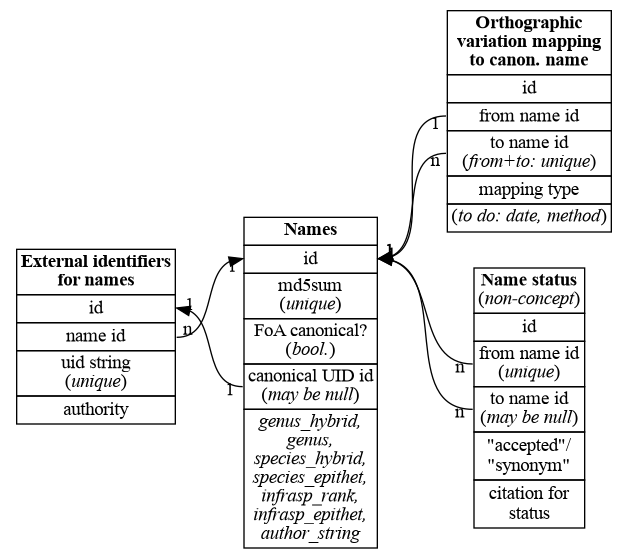
Before: dataflow/DB/schema.png, a diagram exported from Graphviz (camwebb/akflora). Its source is kept beside it as dataflow/DB/schema.dot.
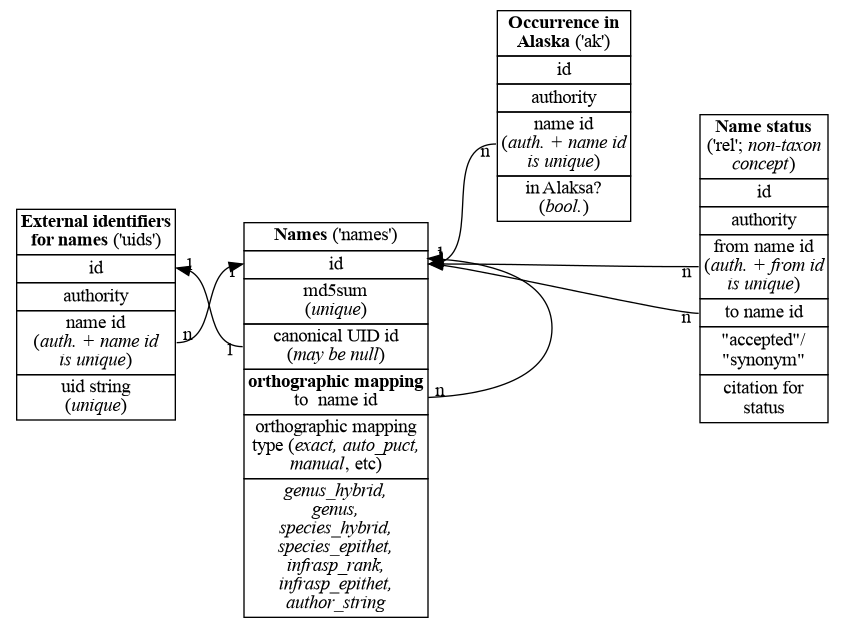
After the change.

What changed in the source:
```diff
@@ -5,45 +5,55 @@
     node [shape = "plaintext"];
 
     names [label = <<table border="0" cellborder="1" cellspacing="0">
-           <tr><td><b>Names</b></td></tr>
+           <tr><td><b>Names</b> ('names')</td></tr>
            <tr><td port="p0">id</td></tr>
            <tr><td port="p1">md5sum<br/>(<i>unique</i>)</td></tr>
-           <tr><td>FoA canonical?<br/>(<i>bool.</i>)</td></tr>
            <tr><td port="p2">canonical UID id<br/>(<i>may be null</i>)</td></tr>
+           <tr><td port="p3"><b>orthographic mapping</b><br/>to  name id</td></tr>
+           <tr><td>orthographic mapping<br/>type (<i>exact, auto_puct,<br/>manual</i>, etc)</td></tr>
            <tr><td ><i>genus_hybrid,<br/>genus,<br/>species_hybrid,<br/>species_epithet,<br/>infrasp_rank,<br/>infrasp_epithet,<br/>author_string</i></td></tr>
            </table>>] ;
 
-    ortho [label = <<table border="0" cellborder="1" cellspacing="0">
+/*     ortho [label = <<table border="0" cellborder="1" cellspacing="0">
            <tr><td><b>Orthographic<br/>variation mapping<br/>to canon. name</b></td></tr>
            <tr><td port="p0">id</td></tr>
            <tr><td port="p2">from name id</td></tr>
            <tr><td port="p3">to name id<br/>(<i>from+to: unique</i>)</td></tr>
            <tr><td port="p4">mapping type</td></tr>
            <tr><td port="p5">(<i>to do: date, method</i>)</td></tr>
-           </table>>] ;
+           </table>>] ; */
+
+    ak  [label = <<table border="0" cellborder="1" cellspacing="0">
+          <tr><td><b>Occurrence in<br/>Alaska</b> ('ak')</td></tr>
+          <tr><td port="p0">id</td></tr>
+          <tr><td>authority</td></tr>
+          <tr><td port="p1">name id<br/>(<i>auth. + name id<br/>is unique</i>)</td></tr>
+          <tr><td>in Alaksa?<br/>(<i>bool.</i>)</td></tr>
+          </table>>] ;
 
     uids [label = <<table border="0" cellborder="1" cellspacing="0">
-          <tr><td><b>External identifiers<br/>for names</b></td></tr>
+          <tr><td><b>External identifiers<br/>for names</b> ('uids')</td></tr>
           <tr><td port="p0">id</td></tr>
-          <tr><td port="p1">name id</td></tr>
+          <tr><td port="p3">authority</td></tr>
+          <tr><td port="p1">name id<br/>(<i>auth. + name id<br/>is unique</i>)</td></tr>
           <tr><td port="p2">uid string<br/>(<i>unique</i>)</td></tr>
-          <tr><td port="p3">authority</td></tr>
           </table>>] ;
 
     syn [label = <<table border="0" cellborder="1" cellspacing="0">
-         <tr><td port="p0"><b>Name status</b><br/>(<i>non-concept</i>)</td></tr>
+         <tr><td port="p0"><b>Name status</b><br/>('rel'; <i>non-taxon<br/>concept</i>)</td></tr>
          <tr><td>id</td></tr>
-         <tr><td port="p2">from name id<br/>(<i>unique</i>)</td></tr>
-         <tr><td port="p3">to name id<br/>(<i>may be null</i>)</td></tr>
+         <tr><td>authority</td></tr>
+         <tr><td port="p2">from name id<br/>(<i>auth. + from id<br/>is unique</i>)</td></tr>
+         <tr><td port="p3">to name id<br/></td></tr>
          <tr><td port="p4">"accepted"/<br/>"synonym"</td></tr>
          <tr><td port="p5">citation for<br/>status</td></tr>
          </table>>] ;
 
-    syn:p2 -> names:p0 [headlabel="1",taillabel="n",labeldistance=1];
+    syn:p2 -> names:p0 [headlabel="1",taillabel="n",labeldistance=1,minlen=2];
     syn:p3 -> names:p0 [headlabel="1",taillabel="n",labeldistance=1];
-    ortho:p2 -> names:p0 [headlabel="1",taillabel="1",labeldistance=1];
-    ortho:p3 -> names:p0 [headlabel="1",taillabel="n",labeldistance=1];
     uids:p1 -> names:p0 [headlabel="1",taillabel="n",labeldistance=1];
     names:p2 -> uids:p0 [headlabel="1",taillabel="1",labeldistance=1];
+    names:p3 -> names:p0 [headlabel="1",taillabel="n",labeldistance=1];
+    ak:p1 -> names:p0 [headlabel="1",taillabel="n",labeldistance=1];
 
 }
```
